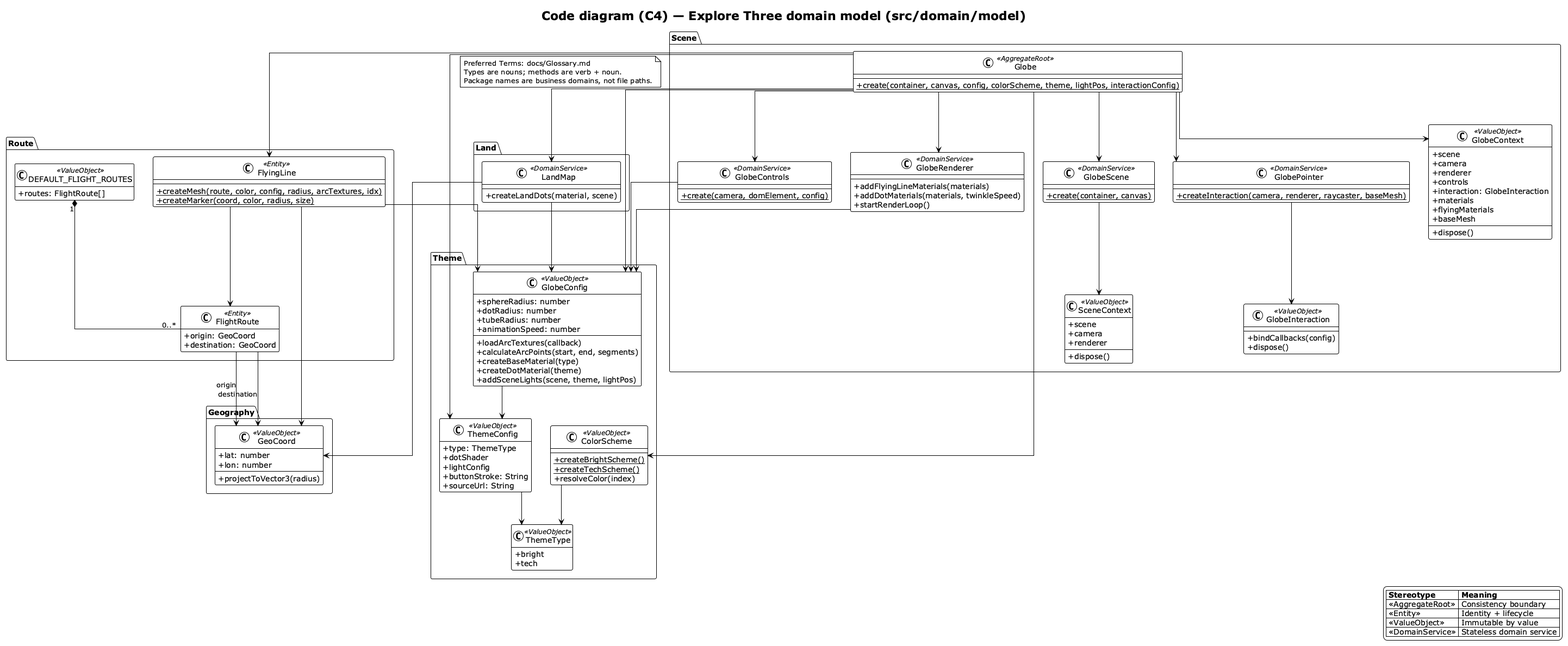
Before: docs/developer/c4-model/png/C4-Code-Domain-Model.png, a diagram exported from PlantUML (felixzhu97/explore-three).
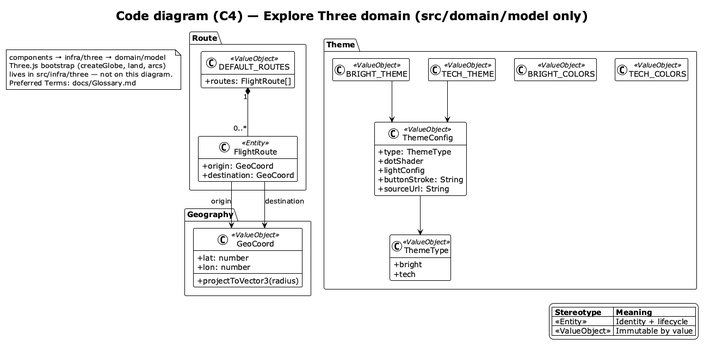
After the commit.

The edit, as a diff of the source:
```diff
@@ -10,21 +10,20 @@
   FontColor #000000
 }
 
-title Code diagram (C4) — Explore Three domain model (src/domain/model)
+title Code diagram (C4) — Explore Three domain (src/domain/model only)
 hide empty members
 
 legend right
   |= Stereotype |= Meaning |
-  | <<AggregateRoot>> | Consistency boundary |
   | <<Entity>> | Identity + lifecycle |
   | <<ValueObject>> | Immutable by value |
-  | <<DomainService>> | Stateless domain service |
 endlegend
 
-note as N_GLOSSARY
+note as N_LAYERS
+  components → infra/three → domain/model
+  Three.js bootstrap (createGlobe, land, arcs)
+  lives in src/infra/three — not on this diagram.
   Preferred Terms: docs/Glossary.md
-  Types are nouns; methods are verb + noun.
-  Package names are business domains, not file paths.
 end note
 
 package "Geography" as pkg_geo {
@@ -41,12 +40,7 @@
     +origin: GeoCoord
     +destination: GeoCoord
   }
-  class FlyingLine <<Entity>> {
-    --
-    +{static} createMesh(route, color, config, radius, arcTextures, idx)
-    +{static} createMarker(coord, color, radius, size)
-  }
-  class DEFAULT_FLIGHT_ROUTES <<ValueObject>> {
+  class DEFAULT_ROUTES <<ValueObject>> {
     +routes: FlightRoute[]
   }
 }
@@ -63,106 +57,17 @@
     +buttonStroke: String
     +sourceUrl: String
   }
-  class GlobeConfig <<ValueObject>> {
-    +sphereRadius: number
-    +dotRadius: number
-    +tubeRadius: number
-    +animationSpeed: number
-    --
-    +loadArcTextures(callback)
-    +calculateArcPoints(start, end, segments)
-    +createBaseMaterial(type)
-    +createDotMaterial(theme)
-    +addSceneLights(scene, theme, lightPos)
-  }
-  class ColorScheme <<ValueObject>> {
-    --
-    +{static} createBrightScheme()
-    +{static} createTechScheme()
-    +resolveColor(index)
-  }
-}
-
-package "Land" as pkg_land {
-  class LandMap <<DomainService>> {
-    --
-    +createLandDots(material, scene)
-  }
-}
-
-package "Scene" as pkg_scene {
-  class SceneContext <<ValueObject>> {
-    +scene
-    +camera
-    +renderer
-    --
-    +dispose()
-  }
-  class GlobeScene <<DomainService>> {
-    --
-    +{static} create(container, canvas)
-  }
-  class GlobeControls <<DomainService>> {
-    --
-    +{static} create(camera, domElement, config)
-  }
-  class GlobeRenderer <<DomainService>> {
-    --
-    +addFlyingLineMaterials(materials)
-    +addDotMaterials(materials, twinkleSpeed)
-    +startRenderLoop()
-  }
-  class GlobeInteraction <<ValueObject>> {
-    --
-    +bindCallbacks(config)
-    +dispose()
-  }
-  class GlobePointer <<DomainService>> {
-    --
-    +{static} createInteraction(camera, renderer, raycaster, baseMesh)
-  }
-  class GlobeContext <<ValueObject>> {
-    +scene
-    +camera
-    +renderer
-    +controls
-    +interaction: GlobeInteraction
-    +materials
-    +flyingMaterials
-    +baseMesh
-    --
-    +dispose()
-  }
-  class Globe <<AggregateRoot>> {
-    --
-    +{static} create(container, canvas, config, colorScheme, theme, lightPos, interactionConfig)
-  }
+  class BRIGHT_THEME <<ValueObject>>
+  class TECH_THEME <<ValueObject>>
+  class BRIGHT_COLORS <<ValueObject>>
+  class TECH_COLORS <<ValueObject>>
 }
 
 FlightRoute --> GeoCoord : origin
 FlightRoute --> GeoCoord : destination
-DEFAULT_FLIGHT_ROUTES "1" *-- "0..*" FlightRoute
-FlyingLine --> FlightRoute
-FlyingLine --> GeoCoord
-FlyingLine --> GlobeConfig
-LandMap --> GlobeConfig
-LandMap --> GeoCoord
-GlobeConfig --> ThemeConfig
-ColorScheme --> ThemeType
+DEFAULT_ROUTES "1" *-- "0..*" FlightRoute
 ThemeConfig --> ThemeType
-GlobeScene --> SceneContext
-Globe --> GlobeScene
-Globe --> GlobeControls
-Globe --> GlobeRenderer
-Globe --> GlobePointer
-Globe --> LandMap
-Globe --> FlyingLine
-Globe --> GlobeConfig
-Globe --> ColorScheme
-Globe --> ThemeConfig
-Globe --> GlobeContext
-GlobePointer --> GlobeInteraction
-GlobeRenderer --> GlobeConfig
-GlobeControls --> GlobeConfig
+BRIGHT_THEME --> ThemeConfig
+TECH_THEME --> ThemeConfig
 
 @enduml
```
